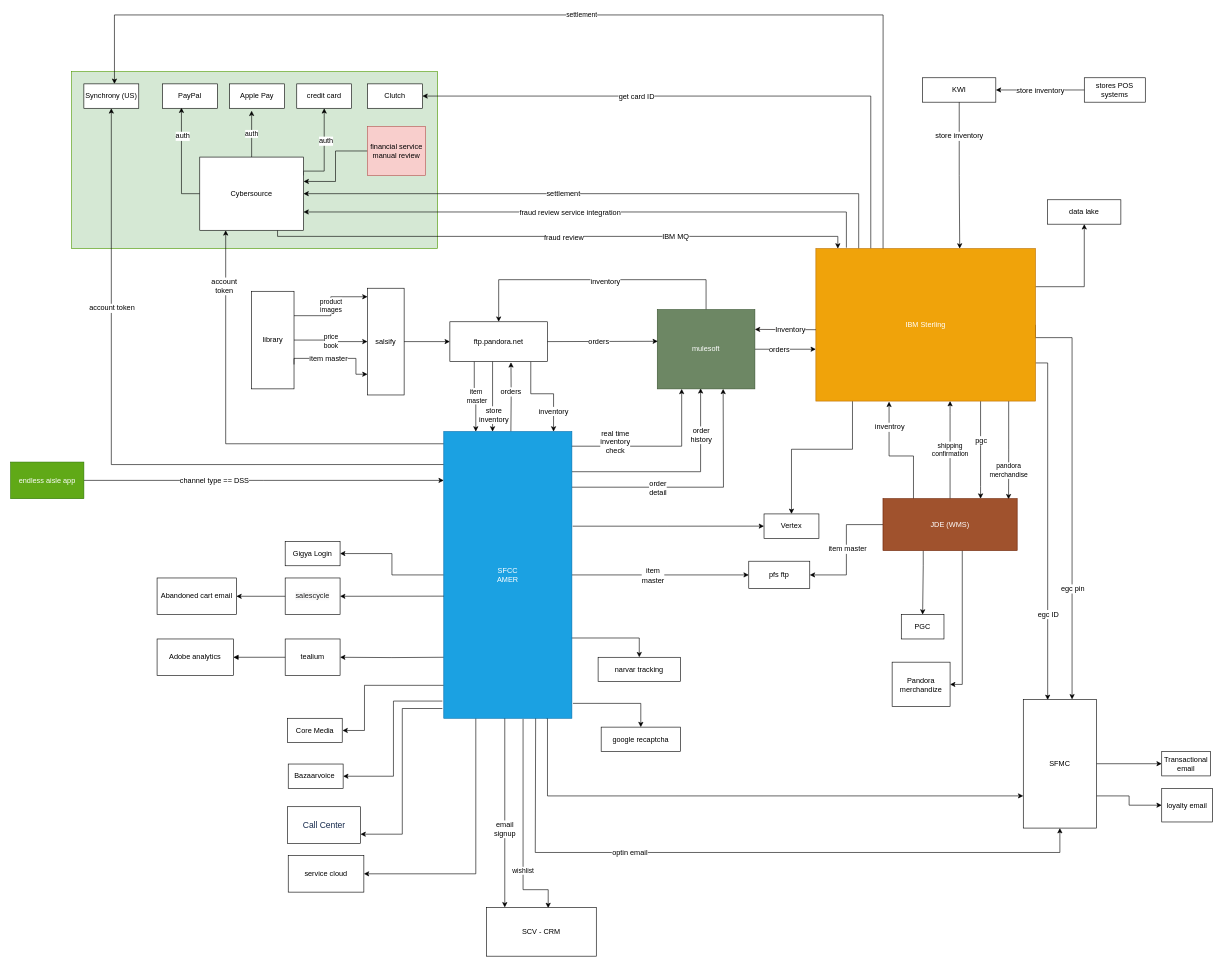
Above: page "amer" (1 of 3) of Untitled Diagram.drawio in soum/pnd-diagrams (draw.io), before the change. Source tidied: cells renumbered, new cells numbered last; positions are measured from the earlier drawing's top-left corner, leaving out a move shared by most shapes. Both pictures are drawn from the tidied source at 61%, with x=0, y=0 at pixel (10, 15).
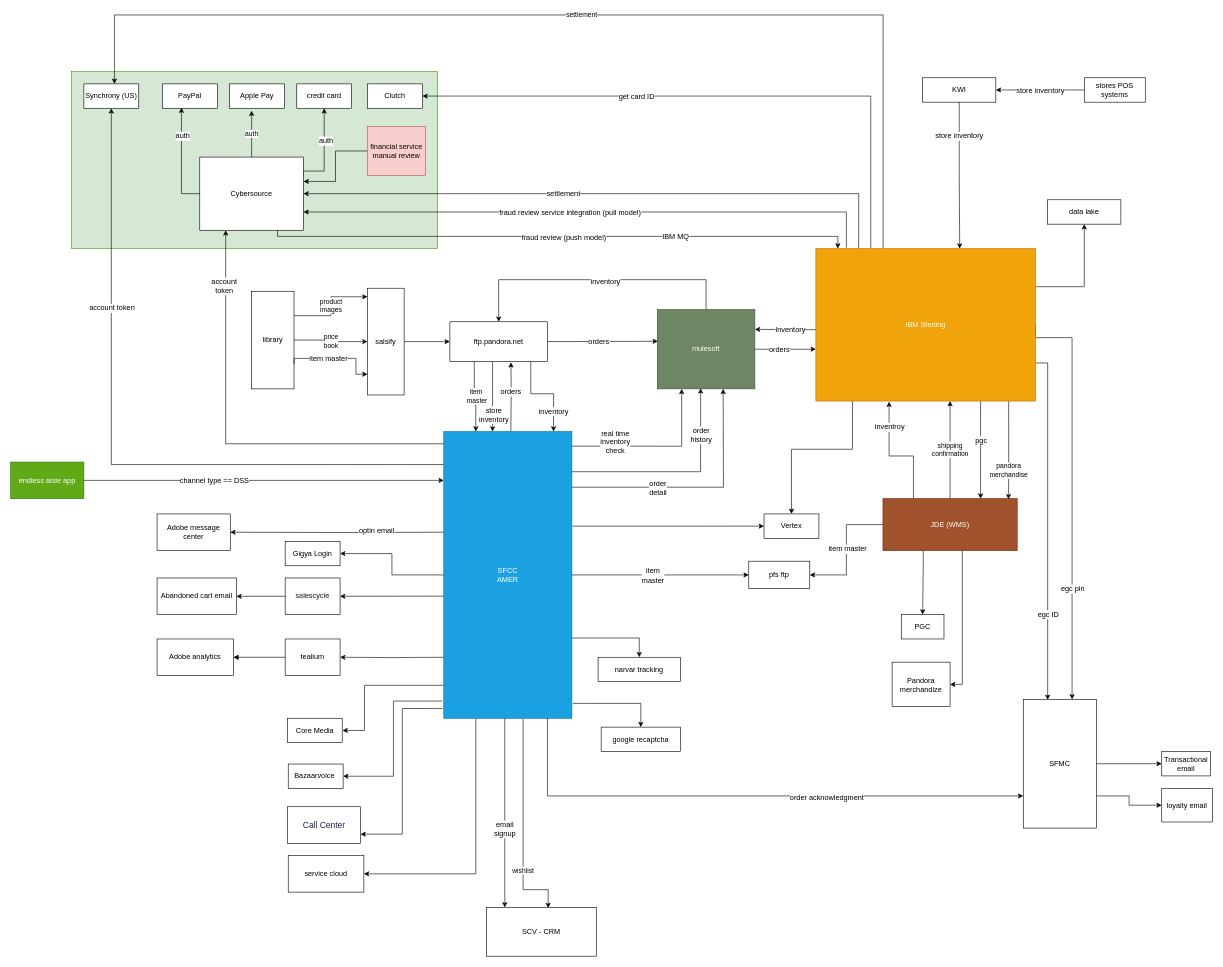
The same diagram, later.

The change refers to these unchanged cells:
```xml
<mxCell id="26" style="edgeStyle=orthogonalEdgeStyle;rounded=0;jettySize=auto;html=1;entryX=0;entryY=0.75;entryDx=0;entryDy=0;strokeWidth=1;exitX=0.8;exitY=0.999;exitDx=0;exitDy=0;exitPerimeter=0;" parent="1" edge="1" source="32" target="122">
  <mxGeometry relative="1" as="geometry">
    <Array as="points">
      <mxPoint x="880" y="1152" />
      <mxPoint x="880" y="1281" />
    </Array>
  </mxGeometry>
</mxCell>
<mxCell id="32" value="SFCC&lt;br&gt;AMER" style="rounded=0;whiteSpace=wrap;html=1;fillColor=#1ba1e2;strokeColor=#006EAF;fontColor=#ffffff;" parent="1" vertex="1">
  <mxGeometry x="710" y="683" width="210" height="470" as="geometry" />
</mxCell>
<mxCell id="59" style="edgeStyle=orthogonalEdgeStyle;rounded=0;jettySize=auto;html=1;entryX=1;entryY=0.75;entryDx=0;entryDy=0;exitX=0.139;exitY=-0.006;exitDx=0;exitDy=0;exitPerimeter=0;" parent="1" edge="1" source="61" target="80">
  <mxGeometry relative="1" as="geometry">
    <Array as="points">
      <mxPoint x="1370" y="323" />
    </Array>
  </mxGeometry>
</mxCell>
<mxCell id="77" style="edgeStyle=orthogonalEdgeStyle;rounded=0;jettySize=auto;html=1;exitX=0.75;exitY=1;exitDx=0;exitDy=0;" parent="1" edge="1" source="80" target="61">
  <mxGeometry relative="1" as="geometry">
    <Array as="points">
      <mxPoint x="437" y="353" />
      <mxPoint x="437" y="363" />
      <mxPoint x="1356" y="363" />
    </Array>
  </mxGeometry>
</mxCell>
<mxCell id="122" value="SFMC" style="rounded=0;whiteSpace=wrap;html=1;" parent="1" vertex="1">
  <mxGeometry x="1660" y="1122" width="120" height="211" as="geometry" />
</mxCell>
```

What changed in the source:
```diff
@@
+    <mxCell id="130" value="order acknowledgment" style="text;html=1;align=center;verticalAlign=middle;labelBackgroundColor=#ffffff;" parent="26" vertex="1">
+      <mxGeometry x="0.29" y="-2" relative="1" as="geometry" />
+    </mxCell>
@@
-    <mxCell id="30" style="edgeStyle=orthogonalEdgeStyle;rounded=0;jettySize=auto;html=1;entryX=0.5;entryY=1;entryDx=0;entryDy=0;strokeWidth=1;exitX=0.717;exitY=0.999;exitDx=0;exitDy=0;exitPerimeter=0;" parent="1" edge="1" source="32" target="122">
-      <mxGeometry relative="1" as="geometry">
-        <Array as="points">
-          <mxPoint x="861" y="1154" />
-          <mxPoint x="860" y="1154" />
-          <mxPoint x="860" y="1373" />
-          <mxPoint x="1720" y="1373" />
-        </Array>
-      </mxGeometry>
-    </mxCell>
+    <mxCell id="131" style="edgeStyle=orthogonalEdgeStyle;rounded=0;jettySize=auto;html=1;entryX=1;entryY=0.5;entryDx=0;entryDy=0;" parent="1" edge="1" target="132">
+      <mxGeometry relative="1" as="geometry">
+        <mxPoint x="710" y="848" as="sourcePoint" />
+      </mxGeometry>
+    </mxCell>
-    <mxCell id="31" value="optin email" style="text;html=1;align=center;verticalAlign=middle;labelBackgroundColor=#ffffff;" parent="30" vertex="1">
-      <mxGeometry x="-0.33" relative="1" as="geometry" />
+    <mxCell id="31" value="optin email" style="text;html=1;align=center;verticalAlign=middle;labelBackgroundColor=#ffffff;" parent="131" vertex="1">
+      <mxGeometry x="-0.37" y="-4" relative="1" as="geometry" />
     </mxCell>
@@
-    <mxCell id="60" value="fraud review service integration" style="text;html=1;align=center;verticalAlign=middle;labelBackgroundColor=#ffffff;" parent="59" vertex="1">
+    <mxCell id="60" value="fraud review service integration (pull model)" style="text;html=1;align=center;verticalAlign=middle;labelBackgroundColor=#ffffff;" parent="59" vertex="1">
       <mxGeometry x="0.08" relative="1" as="geometry" />
     </mxCell>
@@
-    <mxCell id="78" value="fraud review" style="text;html=1;align=center;verticalAlign=middle;labelBackgroundColor=#ffffff;" parent="77" vertex="1">
+    <mxCell id="78" value="fraud review (push model)" style="text;html=1;align=center;verticalAlign=middle;labelBackgroundColor=#ffffff;" parent="77" vertex="1">
       <mxGeometry x="0.01" y="-1" relative="1" as="geometry" />
     </mxCell>
@@
+    <mxCell id="132" value="Adobe message center" style="rounded=0;whiteSpace=wrap;html=1;fillColor=none;" parent="1" vertex="1">
+      <mxGeometry x="240" y="818" width="120" height="60" as="geometry" />
+    </mxCell>
```
